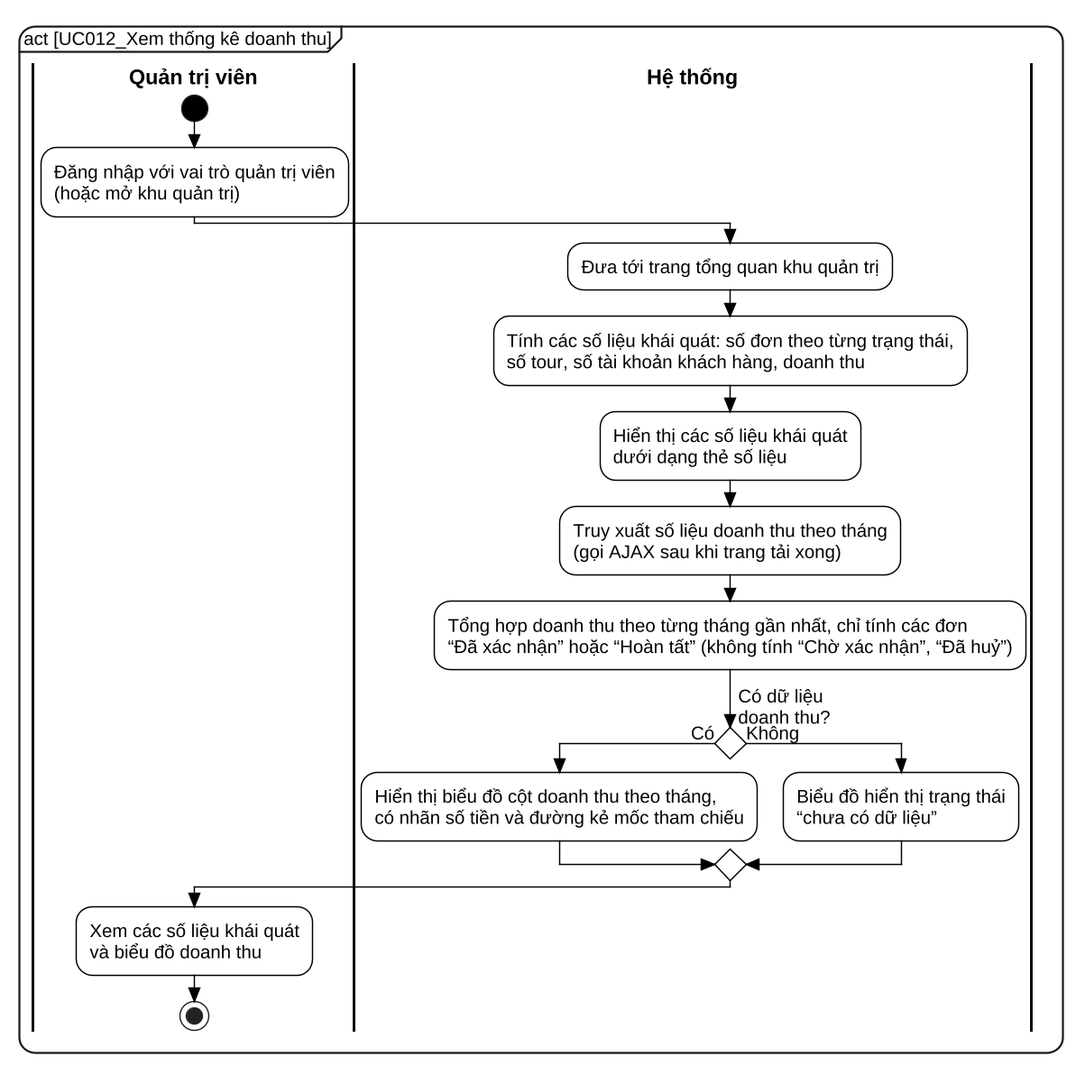
Earlier version of the PlantUML export docs/report/diagrams/png/UC012_activity.png (kanele05/project_www). Source of this version:
```plantuml
@startuml UC012_activity
skinparam dpi 140
skinparam defaultFontName "Liberation Sans"
skinparam defaultFontSize 14
skinparam backgroundColor white
skinparam shadowing false
skinparam RoundCorner 24
skinparam ArrowColor black
skinparam ArrowThickness 1.1
skinparam ConditionStyle diamond
skinparam ConditionEndStyle diamond
skinparam style strictuml
skinparam activity {
  BackgroundColor white
  BorderColor black
  BorderThickness 1
  DiamondBackgroundColor white
  DiamondBorderColor black
  StartColor black
  EndColor black
}
skinparam swimlane {
  BorderColor black
  BorderThickness 2
  TitleFontStyle bold
  TitleFontSize 16
}
skinparam wrapWidth 600
mainframe act [UC012_Xem thống kê doanh thu]
|Quản trị viên|
start
:Đăng nhập với vai trò quản trị viên\n(hoặc mở khu quản trị);
|Hệ thống|
:Đưa tới trang tổng quan khu quản trị;
:Tính các số liệu khái quát: số đơn theo từng trạng thái,\nsố tour, số tài khoản khách hàng, doanh thu;
:Hiển thị các số liệu khái quát\ndưới dạng thẻ số liệu;
:Truy xuất số liệu doanh thu theo tháng\n(gọi AJAX sau khi trang tải xong);
:Tổng hợp doanh thu theo từng tháng gần nhất, chỉ tính các đơn\n“Đã xác nhận” hoặc “Hoàn tất” (không tính “Chờ xác nhận”, “Đã huỷ”);
if (Có dữ liệu\ndoanh thu?) then (Có)
  :Hiển thị biểu đồ cột doanh thu theo tháng,\ncó nhãn số tiền và đường kẻ mốc tham chiếu;
else (Không)
  :Biểu đồ hiển thị trạng thái\n“chưa có dữ liệu”;
endif
|Quản trị viên|
:Xem các số liệu khái quát\nvà biểu đồ doanh thu;
stop
@enduml
```
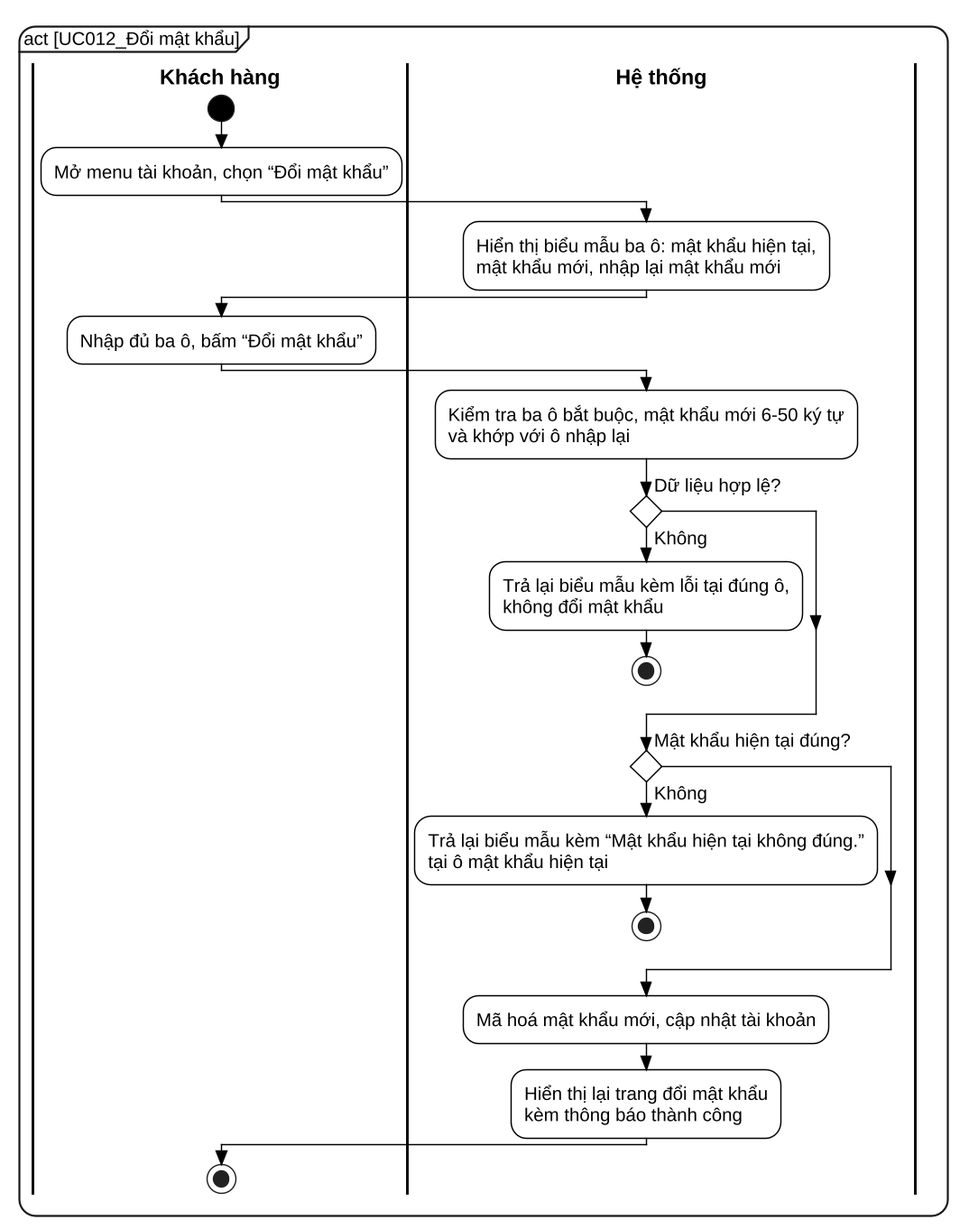
The same diagram one commit later.

What changed in the source:
```diff
@@ -26,22 +26,26 @@
   TitleFontSize 16
 }
 skinparam wrapWidth 600
-mainframe act [UC012_Xem thống kê doanh thu]
-|Quản trị viên|
+mainframe act [UC012_Đổi mật khẩu]
+|Khách hàng|
 start
-:Đăng nhập với vai trò quản trị viên\n(hoặc mở khu quản trị);
+:Mở menu tài khoản, chọn “Đổi mật khẩu”;
 |Hệ thống|
-:Đưa tới trang tổng quan khu quản trị;
-:Tính các số liệu khái quát: số đơn theo từng trạng thái,\nsố tour, số tài khoản khách hàng, doanh thu;
-:Hiển thị các số liệu khái quát\ndưới dạng thẻ số liệu;
-:Truy xuất số liệu doanh thu theo tháng\n(gọi AJAX sau khi trang tải xong);
-:Tổng hợp doanh thu theo từng tháng gần nhất, chỉ tính các đơn\n“Đã xác nhận” hoặc “Hoàn tất” (không tính “Chờ xác nhận”, “Đã huỷ”);
-if (Có dữ liệu\ndoanh thu?) then (Có)
-  :Hiển thị biểu đồ cột doanh thu theo tháng,\ncó nhãn số tiền và đường kẻ mốc tham chiếu;
-else (Không)
-  :Biểu đồ hiển thị trạng thái\n“chưa có dữ liệu”;
+:Hiển thị biểu mẫu ba ô: mật khẩu hiện tại,\nmật khẩu mới, nhập lại mật khẩu mới;
+|Khách hàng|
+:Nhập đủ ba ô, bấm “Đổi mật khẩu”;
+|Hệ thống|
+:Kiểm tra ba ô bắt buộc, mật khẩu mới 6-50 ký tự\nvà khớp với ô nhập lại;
+if (Dữ liệu hợp lệ?) then (Không)
+  :Trả lại biểu mẫu kèm lỗi tại đúng ô,\nkhông đổi mật khẩu;
+  stop
 endif
-|Quản trị viên|
-:Xem các số liệu khái quát\nvà biểu đồ doanh thu;
+if (Mật khẩu hiện tại đúng?) then (Không)
+  :Trả lại biểu mẫu kèm “Mật khẩu hiện tại không đúng.”\ntại ô mật khẩu hiện tại;
+  stop
+endif
+:Mã hoá mật khẩu mới, cập nhật tài khoản;
+:Hiển thị lại trang đổi mật khẩu\nkèm thông báo thành công;
+|Khách hàng|
 stop
 @enduml
```
